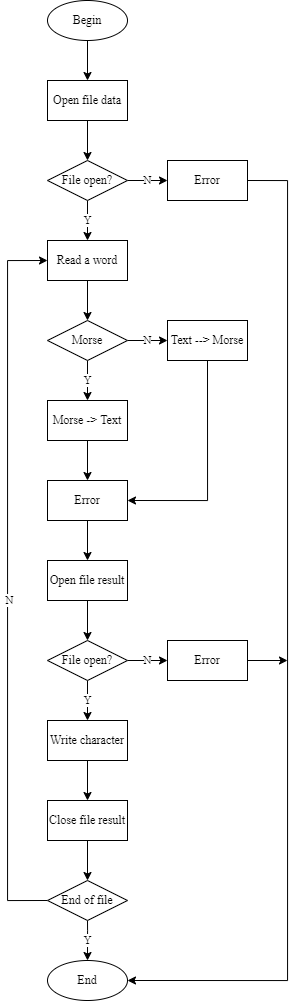
VuHuyNhatMinh/KTLT keeps this draw.io diagram as Flowchart.drawio.png. Above is the earlier version. Source tidied: cells renumbered, new cells last; positions are measured from the earlier drawing's top-left corner, leaving out a move shared by most shapes.
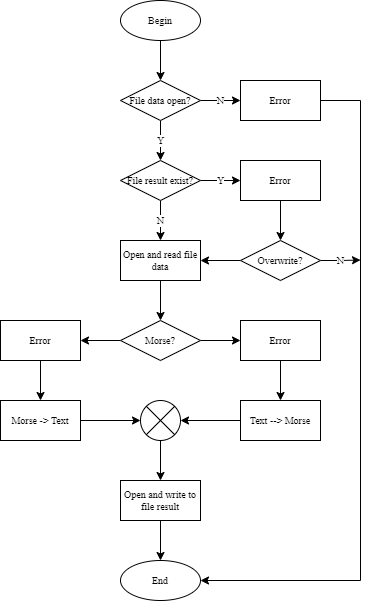
The same file after the commit.

Change to the diagram source:
```diff
@@ -2,132 +2,115 @@
   <root>
     <mxCell id="0" />
     <mxCell id="1" parent="0" />
-    <mxCell id="2" style="edgeStyle=orthogonalEdgeStyle;rounded=0;jettySize=auto;html=1;exitX=0.5;exitY=1;exitDx=0;exitDy=0;entryX=0.5;entryY=0;entryDx=0;entryDy=0;fontFamily=Times New Roman;" parent="1" edge="1" source="3" target="16">
-      <mxGeometry relative="1" as="geometry" />
-    </mxCell>
-    <mxCell id="3" value="Open file data" style="rounded=0;whiteSpace=wrap;html=1;fontFamily=Times New Roman;" parent="1" vertex="1">
-      <mxGeometry x="40" y="80" width="80" height="40" as="geometry" />
-    </mxCell>
-    <mxCell id="4" style="edgeStyle=orthogonalEdgeStyle;rounded=0;jettySize=auto;html=1;exitX=0.5;exitY=1;exitDx=0;exitDy=0;entryX=0.5;entryY=0;entryDx=0;entryDy=0;fontFamily=Times New Roman;" parent="1" edge="1" source="5" target="21">
-      <mxGeometry relative="1" as="geometry" />
-    </mxCell>
+    <mxCell id="38" style="edgeStyle=orthogonalEdgeStyle;rounded=0;jettySize=auto;html=1;exitX=1;exitY=0.5;exitDx=0;exitDy=0;entryX=0;entryY=0.5;entryDx=0;entryDy=0;entryPerimeter=0;fontFamily=Times New Roman;fontSize=10;" parent="1" edge="1" source="5" target="59">
+      <mxGeometry relative="1" as="geometry" />
+    </mxCell>
-    <mxCell id="5" value="Morse -&amp;gt; Text" style="rounded=0;whiteSpace=wrap;html=1;fontFamily=Times New Roman;" parent="1" vertex="1">
-      <mxGeometry x="40" y="400" width="80" height="40" as="geometry" />
+    <mxCell id="5" value="Morse -&amp;gt; Text" style="rounded=0;whiteSpace=wrap;html=1;fontFamily=Times New Roman;fontSize=10;" parent="1" vertex="1">
+      <mxGeometry x="-80" y="440" width="80" height="40" as="geometry" />
     </mxCell>
-    <mxCell id="6" style="edgeStyle=orthogonalEdgeStyle;rounded=0;jettySize=auto;html=1;exitX=0.5;exitY=1;exitDx=0;exitDy=0;entryX=1;entryY=0.5;entryDx=0;entryDy=0;fontFamily=Times New Roman;" parent="1" edge="1" source="7" target="21">
-      <mxGeometry relative="1" as="geometry" />
-    </mxCell>
+    <mxCell id="39" style="edgeStyle=orthogonalEdgeStyle;rounded=0;jettySize=auto;html=1;exitX=0;exitY=0.5;exitDx=0;exitDy=0;entryX=1;entryY=0.5;entryDx=0;entryDy=0;entryPerimeter=0;fontFamily=Times New Roman;fontSize=10;" parent="1" edge="1" source="7" target="59">
+      <mxGeometry relative="1" as="geometry" />
+    </mxCell>
-    <mxCell id="7" value="Text --&amp;gt; Morse" style="rounded=0;whiteSpace=wrap;html=1;fontFamily=Times New Roman;" parent="1" vertex="1">
-      <mxGeometry x="160" y="320" width="80" height="40" as="geometry" />
+    <mxCell id="7" value="Text --&amp;gt; Morse" style="rounded=0;whiteSpace=wrap;html=1;fontFamily=Times New Roman;fontSize=10;" parent="1" vertex="1">
+      <mxGeometry x="160" y="440" width="80" height="40" as="geometry" />
     </mxCell>
-    <mxCell id="8" style="edgeStyle=orthogonalEdgeStyle;rounded=0;jettySize=auto;html=1;exitX=0.5;exitY=1;exitDx=0;exitDy=0;entryX=0.5;entryY=0;entryDx=0;entryDy=0;fontFamily=Times New Roman;" parent="1" edge="1" source="9" target="30">
-      <mxGeometry relative="1" as="geometry" />
-    </mxCell>
-    <mxCell id="9" value="Write character" style="rounded=0;whiteSpace=wrap;html=1;fontFamily=Times New Roman;" parent="1" vertex="1">
-      <mxGeometry x="40" y="720" width="80" height="40" as="geometry" />
-    </mxCell>
-    <mxCell id="10" style="edgeStyle=orthogonalEdgeStyle;rounded=0;jettySize=auto;html=1;exitX=1;exitY=0.5;exitDx=0;exitDy=0;entryX=1;entryY=0.5;entryDx=0;entryDy=0;fontFamily=Times New Roman;" parent="1" edge="1" source="11" target="37">
+    <mxCell id="10" style="edgeStyle=orthogonalEdgeStyle;rounded=0;jettySize=auto;html=1;exitX=1;exitY=0.5;exitDx=0;exitDy=0;entryX=1;entryY=0.5;entryDx=0;entryDy=0;fontFamily=Times New Roman;fontSize=10;" parent="1" edge="1" source="11" target="37">
       <mxGeometry relative="1" as="geometry">
         <Array as="points">
-          <mxPoint x="280" y="180" />
-          <mxPoint x="280" y="980" />
+          <mxPoint x="280" y="140" />
+          <mxPoint x="280" y="620" />
         </Array>
       </mxGeometry>
     </mxCell>
-    <mxCell id="11" value="Error" style="rounded=0;whiteSpace=wrap;html=1;fontFamily=Times New Roman;" parent="1" vertex="1">
-      <mxGeometry x="160" y="160" width="80" height="40" as="geometry" />
+    <mxCell id="11" value="Error" style="rounded=0;whiteSpace=wrap;html=1;fontFamily=Times New Roman;fontSize=10;" parent="1" vertex="1">
+      <mxGeometry x="160" y="120" width="80" height="40" as="geometry" />
     </mxCell>
-    <mxCell id="12" style="edgeStyle=orthogonalEdgeStyle;rounded=0;jettySize=auto;html=1;exitX=0.5;exitY=1;exitDx=0;exitDy=0;entryX=0.5;entryY=0;entryDx=0;entryDy=0;fontFamily=Times New Roman;" parent="1" edge="1" source="13" target="19">
-      <mxGeometry relative="1" as="geometry" />
-    </mxCell>
-    <mxCell id="13" value="Read a word" style="rounded=0;whiteSpace=wrap;html=1;fontFamily=Times New Roman;" parent="1" vertex="1">
-      <mxGeometry x="40" y="240" width="80" height="40" as="geometry" />
-    </mxCell>
-    <mxCell id="14" value="N" style="edgeStyle=orthogonalEdgeStyle;rounded=0;jettySize=auto;html=1;exitX=1;exitY=0.5;exitDx=0;exitDy=0;entryX=0;entryY=0.5;entryDx=0;entryDy=0;fontFamily=Times New Roman;" parent="1" edge="1" source="16" target="11">
+    <mxCell id="14" value="N" style="edgeStyle=orthogonalEdgeStyle;rounded=0;jettySize=auto;html=1;exitX=1;exitY=0.5;exitDx=0;exitDy=0;entryX=0;entryY=0.5;entryDx=0;entryDy=0;fontFamily=Times New Roman;fontSize=10;" parent="1" edge="1" source="16" target="11">
       <mxGeometry relative="1" as="geometry" />
     </mxCell>
-    <mxCell id="15" value="Y" style="edgeStyle=orthogonalEdgeStyle;rounded=0;jettySize=auto;html=1;exitX=0.5;exitY=1;exitDx=0;exitDy=0;entryX=0.5;entryY=0;entryDx=0;entryDy=0;fontFamily=Times New Roman;" parent="1" edge="1" source="16" target="13">
-      <mxGeometry relative="1" as="geometry" />
-    </mxCell>
+    <mxCell id="40" value="Y" style="edgeStyle=orthogonalEdgeStyle;rounded=0;jettySize=auto;html=1;exitX=0.5;exitY=1;exitDx=0;exitDy=0;entryX=0.5;entryY=0;entryDx=0;entryDy=0;fontFamily=Times New Roman;fontSize=10;" parent="1" edge="1" source="16">
+      <mxGeometry relative="1" as="geometry">
+        <mxPoint x="80" y="200" as="targetPoint" />
+      </mxGeometry>
+    </mxCell>
-    <mxCell id="16" value="File open?" style="rhombus;whiteSpace=wrap;html=1;fontFamily=Times New Roman;" parent="1" vertex="1">
-      <mxGeometry x="40" y="160" width="80" height="40" as="geometry" />
+    <mxCell id="16" value="File data open?" style="rhombus;whiteSpace=wrap;html=1;fontFamily=Times New Roman;fontSize=10;" parent="1" vertex="1">
+      <mxGeometry x="40" y="120" width="80" height="40" as="geometry" />
     </mxCell>
-    <mxCell id="17" value="N" style="edgeStyle=orthogonalEdgeStyle;rounded=0;jettySize=auto;html=1;exitX=1;exitY=0.5;exitDx=0;exitDy=0;entryX=0;entryY=0.5;entryDx=0;entryDy=0;fontFamily=Times New Roman;" parent="1" edge="1" source="19" target="7">
-      <mxGeometry relative="1" as="geometry" />
-    </mxCell>
-    <mxCell id="18" value="Y" style="edgeStyle=orthogonalEdgeStyle;rounded=0;jettySize=auto;html=1;exitX=0.5;exitY=1;exitDx=0;exitDy=0;fontFamily=Times New Roman;" parent="1" edge="1" source="19" target="5">
-      <mxGeometry relative="1" as="geometry" />
-    </mxCell>
+    <mxCell id="41" style="edgeStyle=orthogonalEdgeStyle;rounded=0;jettySize=auto;html=1;exitX=0;exitY=0.5;exitDx=0;exitDy=0;entryX=1;entryY=0.5;entryDx=0;entryDy=0;fontFamily=Times New Roman;fontSize=10;" parent="1" edge="1" source="19" target="21">
+      <mxGeometry relative="1" as="geometry" />
+    </mxCell>
+    <mxCell id="42" style="edgeStyle=orthogonalEdgeStyle;rounded=0;jettySize=auto;html=1;exitX=1;exitY=0.5;exitDx=0;exitDy=0;entryX=0;entryY=0.5;entryDx=0;entryDy=0;fontFamily=Times New Roman;fontSize=10;" parent="1" edge="1" source="19" target="55">
+      <mxGeometry relative="1" as="geometry" />
+    </mxCell>
-    <mxCell id="19" value="Morse" style="rhombus;whiteSpace=wrap;html=1;fontFamily=Times New Roman;" parent="1" vertex="1">
-      <mxGeometry x="40" y="320" width="80" height="40" as="geometry" />
+    <mxCell id="19" value="Morse?" style="rhombus;whiteSpace=wrap;html=1;fontFamily=Times New Roman;fontSize=10;" parent="1" vertex="1">
+      <mxGeometry x="40" y="360" width="80" height="40" as="geometry" />
     </mxCell>
-    <mxCell id="20" style="edgeStyle=orthogonalEdgeStyle;rounded=0;jettySize=auto;html=1;exitX=0.5;exitY=1;exitDx=0;exitDy=0;fontFamily=Times New Roman;" parent="1" edge="1" source="21" target="23">
-      <mxGeometry relative="1" as="geometry" />
-    </mxCell>
+    <mxCell id="43" style="edgeStyle=orthogonalEdgeStyle;rounded=0;jettySize=auto;html=1;exitX=0.5;exitY=1;exitDx=0;exitDy=0;entryX=0.5;entryY=0;entryDx=0;entryDy=0;fontFamily=Times New Roman;fontSize=10;" parent="1" edge="1" source="21" target="5">
+      <mxGeometry relative="1" as="geometry" />
+    </mxCell>
-    <mxCell id="21" value="Error" style="rounded=0;whiteSpace=wrap;html=1;fontFamily=Times New Roman;" parent="1" vertex="1">
-      <mxGeometry x="40" y="480" width="80" height="40" as="geometry" />
+    <mxCell id="21" value="Error" style="rounded=0;whiteSpace=wrap;html=1;fontFamily=Times New Roman;fontSize=10;" parent="1" vertex="1">
+      <mxGeometry x="-80" y="360" width="80" height="40" as="geometry" />
     </mxCell>
-    <mxCell id="22" style="edgeStyle=orthogonalEdgeStyle;rounded=0;jettySize=auto;html=1;exitX=0.5;exitY=1;exitDx=0;exitDy=0;entryX=0.5;entryY=0;entryDx=0;entryDy=0;fontFamily=Times New Roman;" parent="1" edge="1" source="23" target="28">
-      <mxGeometry relative="1" as="geometry" />
-    </mxCell>
+    <mxCell id="44" style="edgeStyle=orthogonalEdgeStyle;rounded=0;jettySize=auto;html=1;exitX=0.5;exitY=1;exitDx=0;exitDy=0;fontFamily=Times New Roman;fontSize=10;" parent="1" edge="1" source="23" target="37">
+      <mxGeometry relative="1" as="geometry" />
+    </mxCell>
-    <mxCell id="23" value="Open file result" style="rounded=0;whiteSpace=wrap;html=1;fontFamily=Times New Roman;" parent="1" vertex="1">
-      <mxGeometry x="40" y="560" width="80" height="40" as="geometry" />
+    <mxCell id="23" value="Open and write to file result" style="rounded=0;whiteSpace=wrap;html=1;fontFamily=Times New Roman;fontSize=10;" parent="1" vertex="1">
+      <mxGeometry x="40" y="520" width="80" height="40" as="geometry" />
     </mxCell>
-    <mxCell id="24" style="edgeStyle=orthogonalEdgeStyle;rounded=0;jettySize=auto;html=1;exitX=1;exitY=0.5;exitDx=0;exitDy=0;fontFamily=Times New Roman;" parent="1" edge="1" source="25">
-      <mxGeometry relative="1" as="geometry">
-        <mxPoint x="280" y="660" as="targetPoint" />
-      </mxGeometry>
-    </mxCell>
-    <mxCell id="25" value="Error" style="rounded=0;whiteSpace=wrap;html=1;fontFamily=Times New Roman;" parent="1" vertex="1">
-      <mxGeometry x="160" y="640" width="80" height="40" as="geometry" />
-    </mxCell>
-    <mxCell id="26" value="N" style="edgeStyle=orthogonalEdgeStyle;rounded=0;jettySize=auto;html=1;exitX=1;exitY=0.5;exitDx=0;exitDy=0;entryX=0;entryY=0.5;entryDx=0;entryDy=0;fontFamily=Times New Roman;" parent="1" edge="1" source="28" target="25">
-      <mxGeometry relative="1" as="geometry" />
-    </mxCell>
-    <mxCell id="27" value="Y" style="edgeStyle=orthogonalEdgeStyle;rounded=0;jettySize=auto;html=1;exitX=0.5;exitY=1;exitDx=0;exitDy=0;entryX=0.5;entryY=0;entryDx=0;entryDy=0;fontFamily=Times New Roman;" parent="1" edge="1" source="28" target="9">
-      <mxGeometry relative="1" as="geometry" />
-    </mxCell>
-    <mxCell id="28" value="File open?" style="rhombus;whiteSpace=wrap;html=1;fontFamily=Times New Roman;" parent="1" vertex="1">
-      <mxGeometry x="40" y="640" width="80" height="40" as="geometry" />
-    </mxCell>
-    <mxCell id="29" style="edgeStyle=orthogonalEdgeStyle;rounded=0;jettySize=auto;html=1;exitX=0.5;exitY=1;exitDx=0;exitDy=0;fontFamily=Times New Roman;" parent="1" edge="1" source="30" target="34">
-      <mxGeometry relative="1" as="geometry" />
-    </mxCell>
-    <mxCell id="30" value="Close file result" style="rounded=0;whiteSpace=wrap;html=1;fontFamily=Times New Roman;" parent="1" vertex="1">
-      <mxGeometry x="40" y="800" width="80" height="40" as="geometry" />
-    </mxCell>
-    <mxCell id="31" value="Y" style="edgeStyle=orthogonalEdgeStyle;rounded=0;jettySize=auto;html=1;exitX=0.5;exitY=1;exitDx=0;exitDy=0;fontFamily=Times New Roman;" parent="1" edge="1" source="34" target="37">
-      <mxGeometry relative="1" as="geometry">
-        <Array as="points">
-          <mxPoint x="80" y="930" />
-          <mxPoint x="80" y="930" />
-        </Array>
-      </mxGeometry>
-    </mxCell>
-    <mxCell id="32" style="edgeStyle=orthogonalEdgeStyle;rounded=0;jettySize=auto;html=1;exitX=0;exitY=0.5;exitDx=0;exitDy=0;entryX=0;entryY=0.5;entryDx=0;entryDy=0;fontFamily=Times New Roman;" parent="1" edge="1" source="34" target="13">
-      <mxGeometry relative="1" as="geometry">
-        <Array as="points">
-          <mxPoint y="900" />
-          <mxPoint y="260" />
-        </Array>
-      </mxGeometry>
-    </mxCell>
-    <mxCell id="33" value="N" style="edgeLabel;html=1;align=center;verticalAlign=middle;fontFamily=Times New Roman;" parent="32" vertex="1">
-      <mxGeometry x="0.47" y="-1" relative="1" as="geometry">
-        <mxPoint y="188" as="offset" />
-      </mxGeometry>
-    </mxCell>
-    <mxCell id="34" value="End of file" style="rhombus;whiteSpace=wrap;html=1;fontFamily=Times New Roman;" parent="1" vertex="1">
-      <mxGeometry x="40" y="880" width="80" height="40" as="geometry" />
-    </mxCell>
-    <mxCell id="35" style="edgeStyle=orthogonalEdgeStyle;rounded=0;jettySize=auto;html=1;exitX=0.5;exitY=1;exitDx=0;exitDy=0;entryX=0.5;entryY=0;entryDx=0;entryDy=0;fontFamily=Times New Roman;" parent="1" edge="1" source="36" target="3">
-      <mxGeometry relative="1" as="geometry" />
-    </mxCell>
+    <mxCell id="45" style="edgeStyle=orthogonalEdgeStyle;rounded=0;jettySize=auto;html=1;exitX=0.5;exitY=1;exitDx=0;exitDy=0;entryX=0.5;entryY=0;entryDx=0;entryDy=0;fontFamily=Times New Roman;fontSize=10;" parent="1" edge="1" source="36" target="16">
+      <mxGeometry relative="1" as="geometry" />
+    </mxCell>
-    <mxCell id="36" value="Begin" style="ellipse;whiteSpace=wrap;html=1;fontFamily=Times New Roman;" parent="1" vertex="1">
-      <mxGeometry x="40" width="80" height="40" as="geometry" />
+    <mxCell id="36" value="Begin" style="ellipse;whiteSpace=wrap;html=1;fontFamily=Times New Roman;fontSize=10;" parent="1" vertex="1">
+      <mxGeometry x="40" y="40" width="80" height="40" as="geometry" />
     </mxCell>
-    <mxCell id="37" value="End" style="ellipse;whiteSpace=wrap;html=1;fontFamily=Times New Roman;" parent="1" vertex="1">
-      <mxGeometry x="40" y="960" width="80" height="40" as="geometry" />
+    <mxCell id="37" value="End" style="ellipse;whiteSpace=wrap;html=1;fontFamily=Times New Roman;fontSize=10;" parent="1" vertex="1">
+      <mxGeometry x="40" y="600" width="80" height="40" as="geometry" />
     </mxCell>
+    <mxCell id="46" style="edgeStyle=orthogonalEdgeStyle;rounded=0;jettySize=auto;html=1;exitX=0.5;exitY=1;exitDx=0;exitDy=0;entryX=0.5;entryY=0;entryDx=0;entryDy=0;fontFamily=Times New Roman;fontSize=10;" parent="1" edge="1" source="47" target="53">
+      <mxGeometry relative="1" as="geometry" />
+    </mxCell>
+    <mxCell id="47" value="Error" style="rounded=0;whiteSpace=wrap;html=1;fontFamily=Times New Roman;fontSize=10;" parent="1" vertex="1">
+      <mxGeometry x="160" y="200" width="80" height="40" as="geometry" />
+    </mxCell>
+    <mxCell id="48" value="Y" style="edgeStyle=orthogonalEdgeStyle;rounded=0;jettySize=auto;html=1;exitX=1;exitY=0.5;exitDx=0;exitDy=0;entryX=0;entryY=0.5;entryDx=0;entryDy=0;fontFamily=Times New Roman;fontSize=10;" parent="1" edge="1" source="50" target="47">
+      <mxGeometry relative="1" as="geometry" />
+    </mxCell>
+    <mxCell id="49" value="N" style="edgeStyle=orthogonalEdgeStyle;rounded=0;jettySize=auto;html=1;exitX=0.5;exitY=1;exitDx=0;exitDy=0;fontFamily=Times New Roman;fontSize=10;" parent="1" edge="1" source="50" target="57">
+      <mxGeometry relative="1" as="geometry" />
+    </mxCell>
+    <mxCell id="50" value="File result exist?" style="rhombus;whiteSpace=wrap;html=1;fontFamily=Times New Roman;fontSize=10;" parent="1" vertex="1">
+      <mxGeometry x="40" y="200" width="80" height="40" as="geometry" />
+    </mxCell>
+    <mxCell id="51" style="edgeStyle=orthogonalEdgeStyle;rounded=0;jettySize=auto;html=1;exitX=0;exitY=0.5;exitDx=0;exitDy=0;entryX=1;entryY=0.5;entryDx=0;entryDy=0;fontFamily=Times New Roman;fontSize=10;" parent="1" edge="1" source="53" target="57">
+      <mxGeometry relative="1" as="geometry" />
+    </mxCell>
+    <mxCell id="52" value="N" style="edgeStyle=orthogonalEdgeStyle;rounded=0;jettySize=auto;html=1;exitX=1;exitY=0.5;exitDx=0;exitDy=0;fontFamily=Times New Roman;fontSize=10;" parent="1" edge="1" source="53">
+      <mxGeometry relative="1" as="geometry">
+        <mxPoint x="280" y="299.5" as="targetPoint" />
+      </mxGeometry>
+    </mxCell>
+    <mxCell id="53" value="Overwrite?" style="rhombus;whiteSpace=wrap;html=1;fontFamily=Times New Roman;fontSize=10;" parent="1" vertex="1">
+      <mxGeometry x="160" y="280" width="80" height="40" as="geometry" />
+    </mxCell>
+    <mxCell id="54" style="edgeStyle=orthogonalEdgeStyle;rounded=0;jettySize=auto;html=1;exitX=0.5;exitY=1;exitDx=0;exitDy=0;fontFamily=Times New Roman;fontSize=10;" parent="1" edge="1" source="55" target="7">
+      <mxGeometry relative="1" as="geometry" />
+    </mxCell>
+    <mxCell id="55" value="Error" style="rounded=0;whiteSpace=wrap;html=1;fontFamily=Times New Roman;fontSize=10;" parent="1" vertex="1">
+      <mxGeometry x="160" y="360" width="80" height="40" as="geometry" />
+    </mxCell>
+    <mxCell id="56" style="edgeStyle=orthogonalEdgeStyle;rounded=0;jettySize=auto;html=1;exitX=0.5;exitY=1;exitDx=0;exitDy=0;entryX=0.5;entryY=0;entryDx=0;entryDy=0;fontFamily=Times New Roman;fontSize=10;" parent="1" edge="1" source="57" target="19">
+      <mxGeometry relative="1" as="geometry" />
+    </mxCell>
+    <mxCell id="57" value="Open and read file data" style="rounded=0;whiteSpace=wrap;html=1;fontFamily=Times New Roman;fontSize=10;" parent="1" vertex="1">
+      <mxGeometry x="40" y="280" width="80" height="40" as="geometry" />
+    </mxCell>
+    <mxCell id="58" style="edgeStyle=orthogonalEdgeStyle;rounded=0;jettySize=auto;html=1;exitX=0.5;exitY=1;exitDx=0;exitDy=0;entryX=0.5;entryY=0;entryDx=0;entryDy=0;fontFamily=Times New Roman;fontSize=10;" parent="1" edge="1" target="23">
+      <mxGeometry relative="1" as="geometry">
+        <mxPoint x="80" y="480" as="sourcePoint" />
+      </mxGeometry>
+    </mxCell>
+    <mxCell id="59" style="verticalLabelPosition=bottom;verticalAlign=top;html=1;shape=mxgraph.flowchart.or;fontFamily=Times New Roman;fontSize=10;" parent="1" vertex="1">
+      <mxGeometry x="60" y="440" width="40" height="40" as="geometry" />
+    </mxCell>
   </root>
 </mxGraphModel>
```
